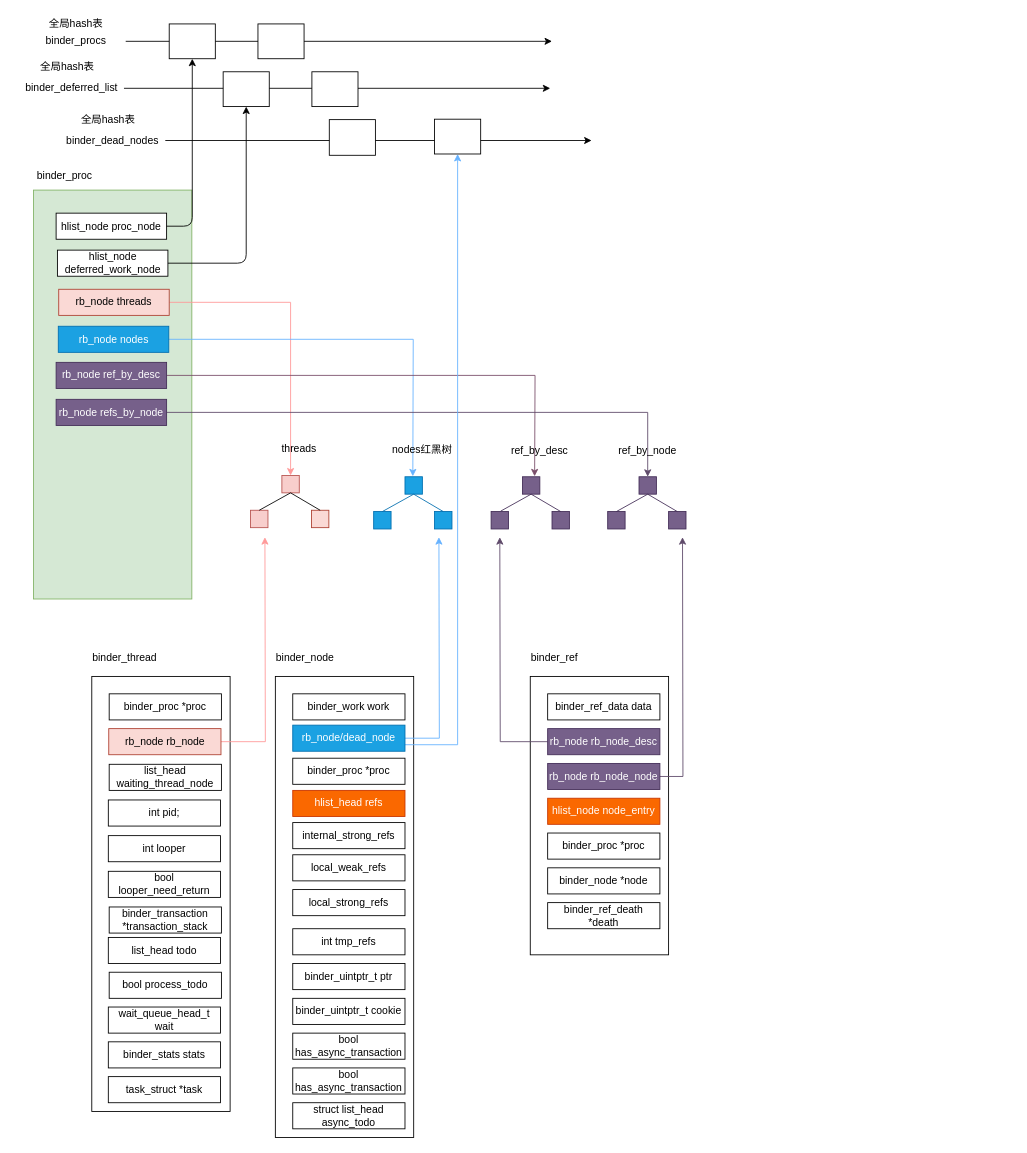
Before: binder/diagram/binder_data_structure_relationships.drawio in cuijpus/Android, a draw.io diagram. Source tidied: cells renumbered, new cells numbered last; positions are measured from the earlier drawing's top-left corner, leaving out a move shared by most shapes. Both pictures are drawn from the tidied source at 87%, with x=0, y=0 at pixel (15, 15).
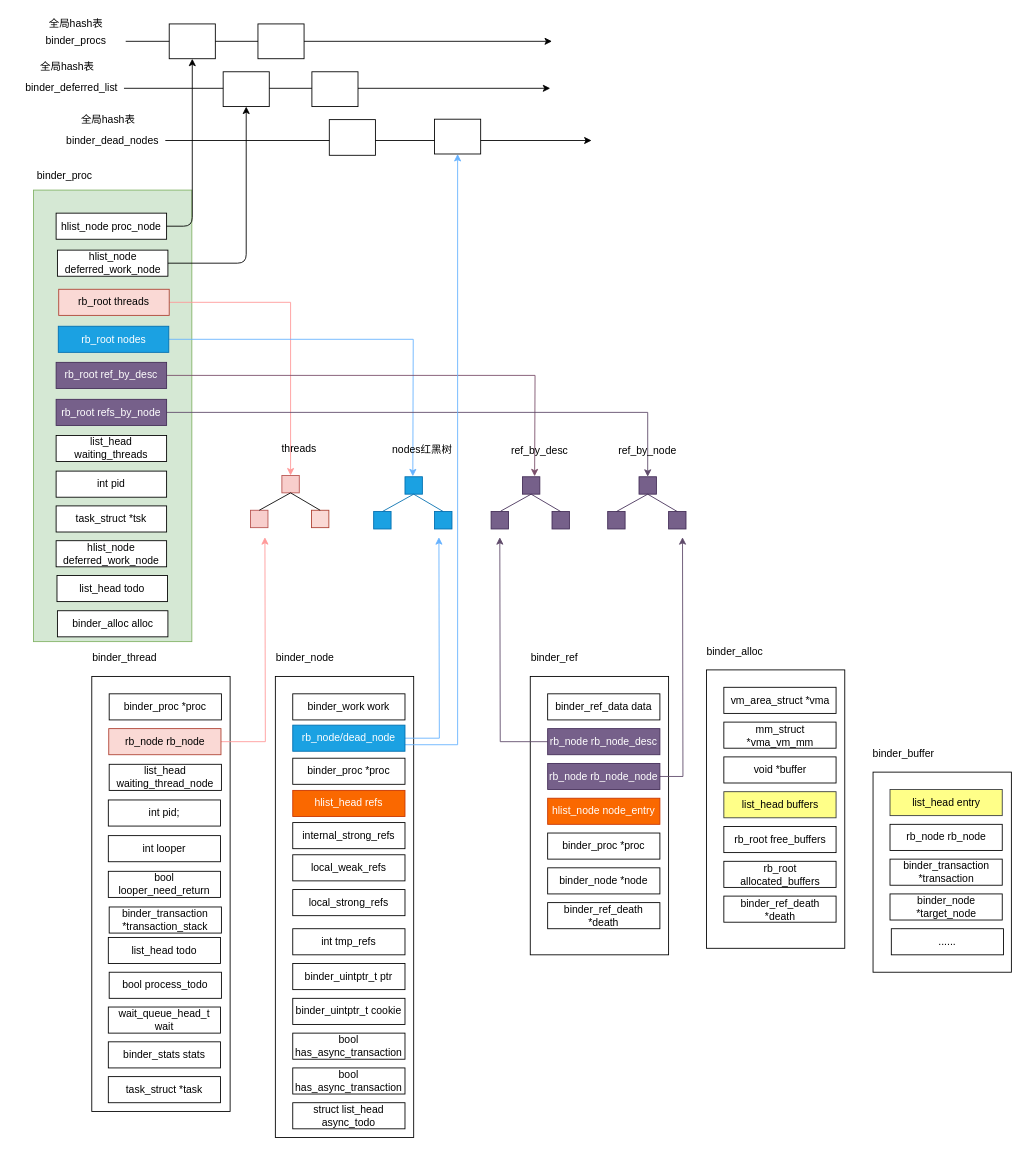
The same page after the edit.

Diff of the diagram source:
```diff
@@
     <mxCell id="2" value="&lt;table&gt;&lt;tbody&gt;&lt;tr&gt;&lt;td&gt;&lt;br&gt;&lt;/td&gt;&lt;/tr&gt;&lt;tr&gt;&lt;td&gt;&lt;br&gt;&lt;/td&gt;&lt;/tr&gt;&lt;tr&gt;&lt;td&gt;&lt;br&gt;&lt;/td&gt;&lt;/tr&gt;&lt;tr&gt;&lt;td&gt;&lt;br&gt;&lt;/td&gt;&lt;/tr&gt;&lt;tr&gt;&lt;td&gt;&lt;br&gt;&lt;/td&gt;&lt;/tr&gt;&lt;/tbody&gt;&lt;/table&gt;" style="rounded=0;whiteSpace=wrap;html=1;fillColor=#d5e8d4;strokeColor=#82b366;" parent="1" vertex="1">
-      <mxGeometry x="21" y="201" width="182" height="470" as="geometry" />
+      <mxGeometry x="21" y="201" width="182" height="519" as="geometry" />
     </mxCell>
@@
-    <mxCell id="6" value="rb_node threads" style="rounded=0;whiteSpace=wrap;html=1;fillColor=#fad9d5;strokeColor=#ae4132;" parent="1" vertex="1">
+    <mxCell id="6" value="rb_root threads" style="rounded=0;whiteSpace=wrap;html=1;fillColor=#fad9d5;strokeColor=#ae4132;" parent="1" vertex="1">
       <mxGeometry x="50" y="315" width="127" height="30" as="geometry" />
     </mxCell>
@@
-    <mxCell id="8" value="rb_node nodes" style="rounded=0;whiteSpace=wrap;html=1;fillColor=#1ba1e2;strokeColor=#006EAF;fontColor=#ffffff;" parent="1" vertex="1">
+    <mxCell id="8" value="rb_root nodes" style="rounded=0;whiteSpace=wrap;html=1;fillColor=#1ba1e2;strokeColor=#006EAF;fontColor=#ffffff;" parent="1" vertex="1">
       <mxGeometry x="49.5" y="357.5" width="127" height="30" as="geometry" />
     </mxCell>
@@
-    <mxCell id="10" value="rb_node ref_by_desc" style="rounded=0;whiteSpace=wrap;html=1;fillColor=#76608a;strokeColor=#432D57;fontColor=#ffffff;" parent="1" vertex="1">
+    <mxCell id="10" value="rb_root ref_by_desc" style="rounded=0;whiteSpace=wrap;html=1;fillColor=#76608a;strokeColor=#432D57;fontColor=#ffffff;" parent="1" vertex="1">
       <mxGeometry x="47" y="399" width="127" height="30" as="geometry" />
     </mxCell>
@@
-    <mxCell id="12" value="rb_node&amp;nbsp;refs_by_node" style="rounded=0;whiteSpace=wrap;html=1;fillColor=#76608a;strokeColor=#432D57;fontColor=#ffffff;" parent="1" vertex="1">
+    <mxCell id="12" value="rb_root refs_by_node" style="rounded=0;whiteSpace=wrap;html=1;fillColor=#76608a;strokeColor=#432D57;fontColor=#ffffff;" parent="1" vertex="1">
       <mxGeometry x="47" y="441.5" width="127" height="30" as="geometry" />
     </mxCell>
@@
+    <mxCell id="98" value="list_head waiting_threads" style="rounded=0;whiteSpace=wrap;html=1;" parent="1" vertex="1">
+      <mxGeometry x="47" y="483" width="127" height="30" as="geometry" />
+    </mxCell>
+    <mxCell id="99" value="int pid" style="rounded=0;whiteSpace=wrap;html=1;" parent="1" vertex="1">
+      <mxGeometry x="47" y="524" width="127" height="30" as="geometry" />
+    </mxCell>
+    <mxCell id="100" value="task_struct *tsk" style="rounded=0;whiteSpace=wrap;html=1;" parent="1" vertex="1">
+      <mxGeometry x="47" y="564" width="127" height="30" as="geometry" />
+    </mxCell>
+    <mxCell id="101" value="hlist_node deferred_work_node" style="rounded=0;whiteSpace=wrap;html=1;" parent="1" vertex="1">
+      <mxGeometry x="47" y="604" width="127" height="30" as="geometry" />
+    </mxCell>
+    <mxCell id="102" value="list_head todo" style="rounded=0;whiteSpace=wrap;html=1;" parent="1" vertex="1">
+      <mxGeometry x="48" y="644" width="127" height="30" as="geometry" />
+    </mxCell>
+    <mxCell id="103" value="binder_alloc alloc" style="rounded=0;whiteSpace=wrap;html=1;" parent="1" vertex="1">
+      <mxGeometry x="48.5" y="684.5" width="127" height="30" as="geometry" />
+    </mxCell>
+    <mxCell id="104" style="rounded=0;whiteSpace=wrap;html=1;" parent="1" vertex="1">
+      <mxGeometry x="794.5" y="752.5" width="159" height="320" as="geometry" />
+    </mxCell>
+    <mxCell id="105" value="vm_area_struct *vma" style="rounded=0;whiteSpace=wrap;html=1;" parent="1" vertex="1">
+      <mxGeometry x="814.5" y="772.5" width="129" height="30" as="geometry" />
+    </mxCell>
+    <mxCell id="106" value="binder_alloc" style="text;html=1;" parent="1" vertex="1">
+      <mxGeometry x="793" y="717.5" width="100" height="30" as="geometry" />
+    </mxCell>
+    <mxCell id="107" value="mm_struct *vma_vm_mm" style="rounded=0;whiteSpace=wrap;html=1;" parent="1" vertex="1">
+      <mxGeometry x="814.5" y="812.5" width="129" height="30" as="geometry" />
+    </mxCell>
+    <mxCell id="108" value="void *buffer" style="rounded=0;whiteSpace=wrap;html=1;" parent="1" vertex="1">
+      <mxGeometry x="814.5" y="852.5" width="129" height="30" as="geometry" />
+    </mxCell>
+    <mxCell id="109" value="list_head buffers" style="rounded=0;whiteSpace=wrap;html=1;fillColor=#ffff88;strokeColor=#36393d;" parent="1" vertex="1">
+      <mxGeometry x="814.5" y="892.5" width="129" height="30" as="geometry" />
+    </mxCell>
+    <mxCell id="110" value="rb_root free_buffers" style="rounded=0;whiteSpace=wrap;html=1;" parent="1" vertex="1">
+      <mxGeometry x="814.5" y="932.5" width="129" height="30" as="geometry" />
+    </mxCell>
+    <mxCell id="111" value="rb_root allocated_buffers" style="rounded=0;whiteSpace=wrap;html=1;" parent="1" vertex="1">
+      <mxGeometry x="814.5" y="972.5" width="129" height="30" as="geometry" />
+    </mxCell>
+    <mxCell id="112" value="binder_ref_death *death" style="rounded=0;whiteSpace=wrap;html=1;" parent="1" vertex="1">
+      <mxGeometry x="814.5" y="1012.5" width="129" height="30" as="geometry" />
+    </mxCell>
+    <mxCell id="113" style="rounded=0;whiteSpace=wrap;html=1;" parent="1" vertex="1">
+      <mxGeometry x="986" y="870" width="159" height="230" as="geometry" />
+    </mxCell>
+    <mxCell id="114" value="list_head entry" style="rounded=0;whiteSpace=wrap;html=1;fillColor=#ffff88;strokeColor=#36393d;" parent="1" vertex="1">
+      <mxGeometry x="1005.5" y="890" width="129" height="30" as="geometry" />
+    </mxCell>
+    <mxCell id="115" value="binder_buffer" style="text;html=1;" parent="1" vertex="1">
+      <mxGeometry x="984" y="835" width="100" height="30" as="geometry" />
+    </mxCell>
+    <mxCell id="116" value="rb_node rb_node" style="rounded=0;whiteSpace=wrap;html=1;" parent="1" vertex="1">
+      <mxGeometry x="1005.5" y="930" width="129" height="30" as="geometry" />
+    </mxCell>
+    <mxCell id="117" value="binder_transaction *transaction" style="rounded=0;whiteSpace=wrap;html=1;" parent="1" vertex="1">
+      <mxGeometry x="1005.5" y="970" width="129" height="30" as="geometry" />
+    </mxCell>
+    <mxCell id="118" value="binder_node *target_node" style="rounded=0;whiteSpace=wrap;html=1;" parent="1" vertex="1">
+      <mxGeometry x="1005.5" y="1010" width="129" height="30" as="geometry" />
+    </mxCell>
+    <mxCell id="119" value="......" style="rounded=0;whiteSpace=wrap;html=1;" parent="1" vertex="1">
+      <mxGeometry x="1007" y="1050" width="129" height="30" as="geometry" />
+    </mxCell>
```
